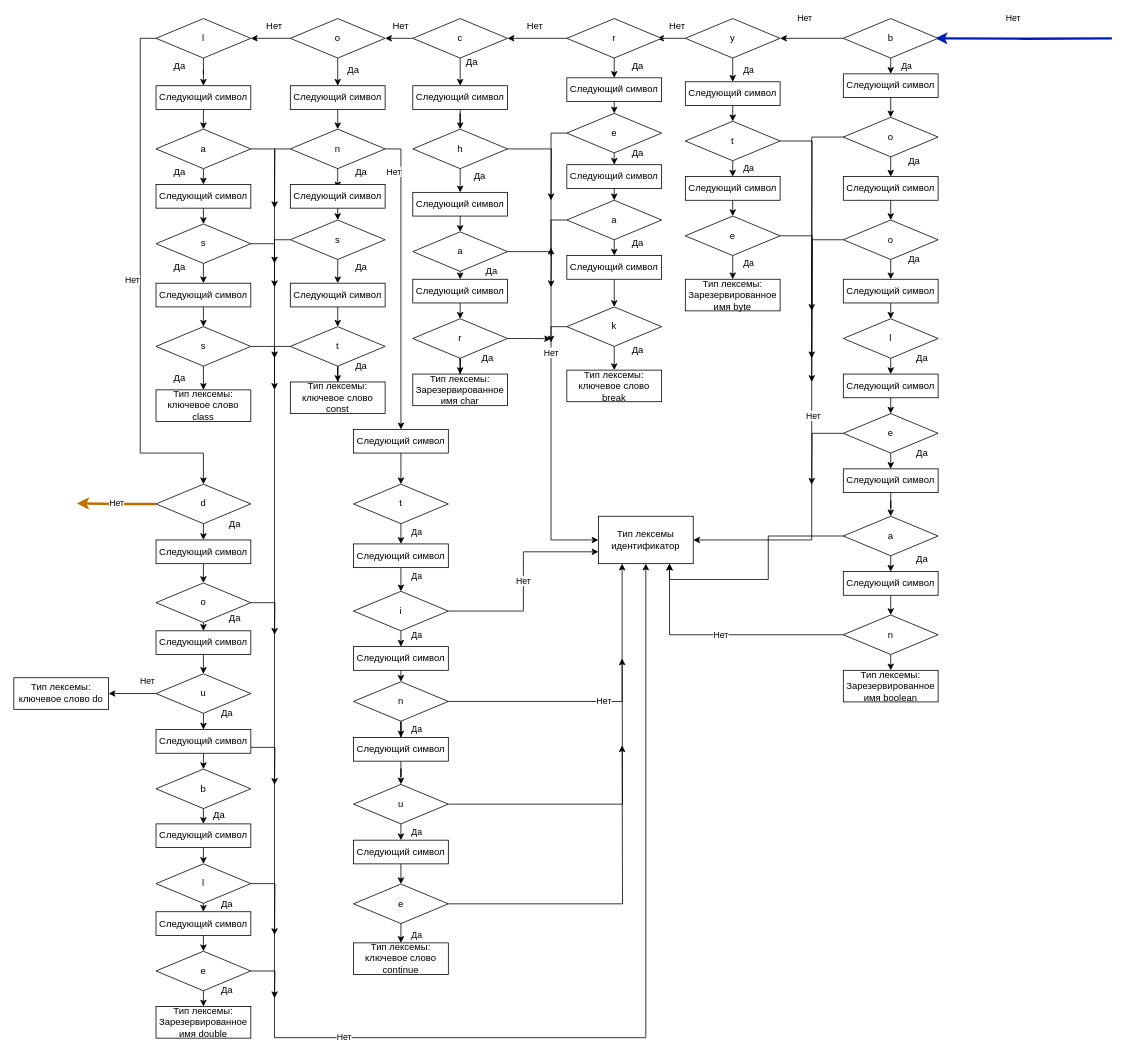
This is finally_automat3.drawio from DieNice/CourseTranslator, a draw.io file, before an edit. Source tidied: cells renumbered, new cells numbered last; positions are measured from the earlier drawing's top-left corner, leaving out a move shared by most shapes. Both pictures are drawn from the tidied source at 79%, with x=0, y=0 at pixel (13, 18).
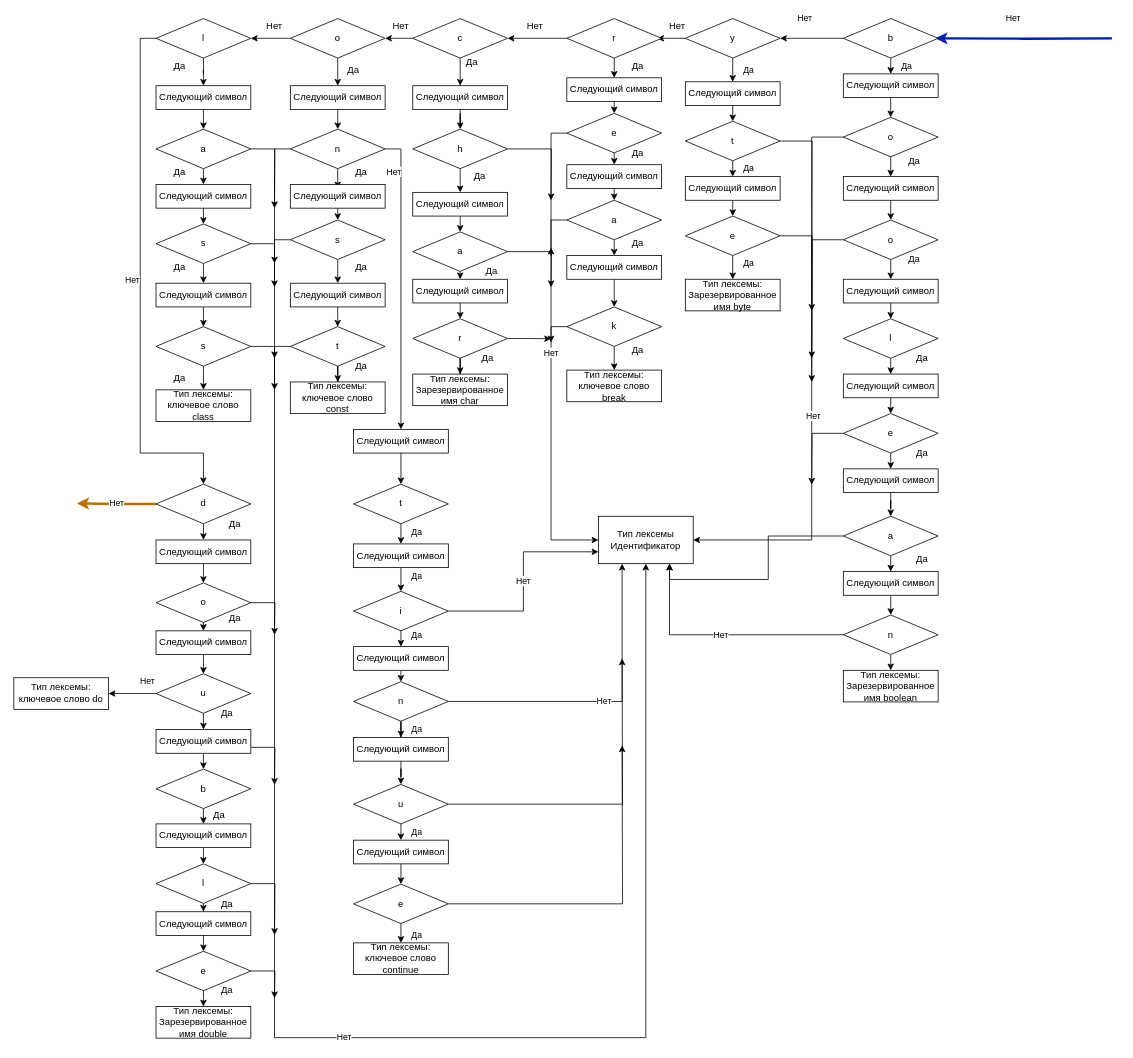
The same page after the edit.

Diff of the diagram source:
```diff
@@
-    <mxCell id="216" value="Тип лексемы идентификатор" style="rounded=0;whiteSpace=wrap;html=1;" parent="1" vertex="1">
+    <mxCell id="216" value="Тип лексемы Идентификатор" style="rounded=0;whiteSpace=wrap;html=1;" parent="1" vertex="1">
       <mxGeometry x="740" y="630" width="120" height="60" as="geometry" />
     </mxCell>
```
